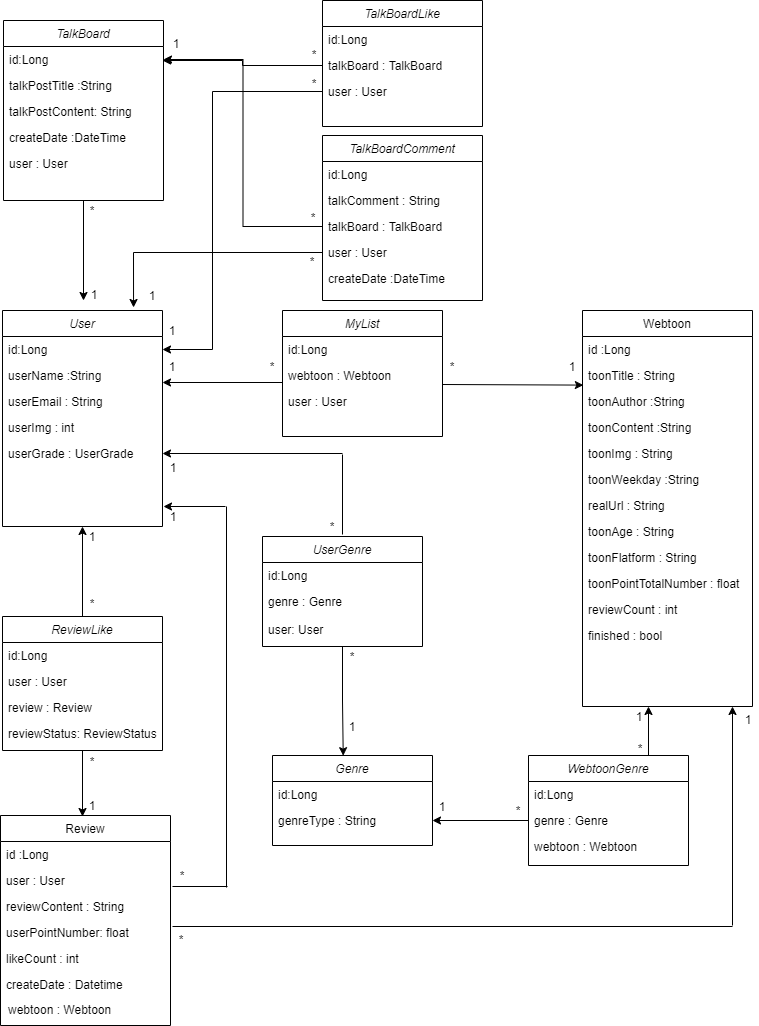
Earlier version of the draw.io export webtooniverse Diagram.png (yeonnwoo/Webtooni_server). Source tidied: cells renumbered, new cells last; positions are measured from the earlier drawing's top-left corner, leaving out a move shared by most shapes.
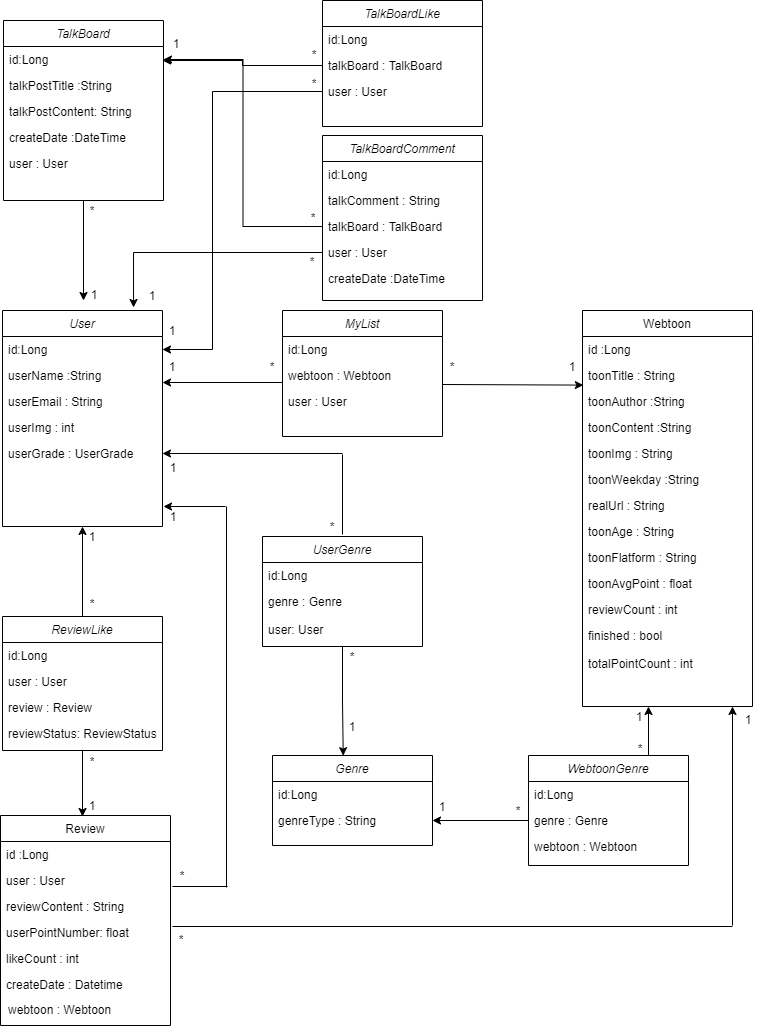
Above is the later version.

Diff of the diagram source:
```diff
@@ -50,7 +50,7 @@
     <mxCell id="17" value="toonFlatform : String" style="text;align=left;verticalAlign=top;spacingLeft=4;spacingRight=4;overflow=hidden;" parent="8" vertex="1">
       <mxGeometry y="234" width="170" height="26" as="geometry" />
     </mxCell>
-    <mxCell id="18" value="toonPointTotalNumber : float" style="text;align=left;verticalAlign=top;spacingLeft=4;spacingRight=4;overflow=hidden;" parent="8" vertex="1">
+    <mxCell id="18" value="toonAvgPoint : float" style="text;align=left;verticalAlign=top;spacingLeft=4;spacingRight=4;overflow=hidden;" parent="8" vertex="1">
       <mxGeometry y="260" width="170" height="26" as="geometry" />
     </mxCell>
     <mxCell id="19" value="reviewCount : int" style="text;align=left;verticalAlign=top;spacingLeft=4;spacingRight=4;overflow=hidden;" parent="8" vertex="1">
@@ -59,6 +59,9 @@
     <mxCell id="20" value="finished : bool" style="text;align=left;verticalAlign=top;spacingLeft=4;spacingRight=4;overflow=hidden;" parent="8" vertex="1">
       <mxGeometry y="312" width="170" height="28" as="geometry" />
     </mxCell>
+    <mxCell id="113" value="totalPointCount : int" style="text;align=left;verticalAlign=top;spacingLeft=4;spacingRight=4;overflow=hidden;" parent="8" vertex="1">
+      <mxGeometry y="340" width="170" height="28" as="geometry" />
+    </mxCell>
     <mxCell id="21" value="MyList" style="swimlane;fontStyle=2;align=center;verticalAlign=top;horizontal=1;startSize=26;rounded=0;shadow=0;strokeWidth=1;" parent="1" vertex="1">
       <mxGeometry x="282" y="310" width="160" height="126" as="geometry" />
     </mxCell>
```
